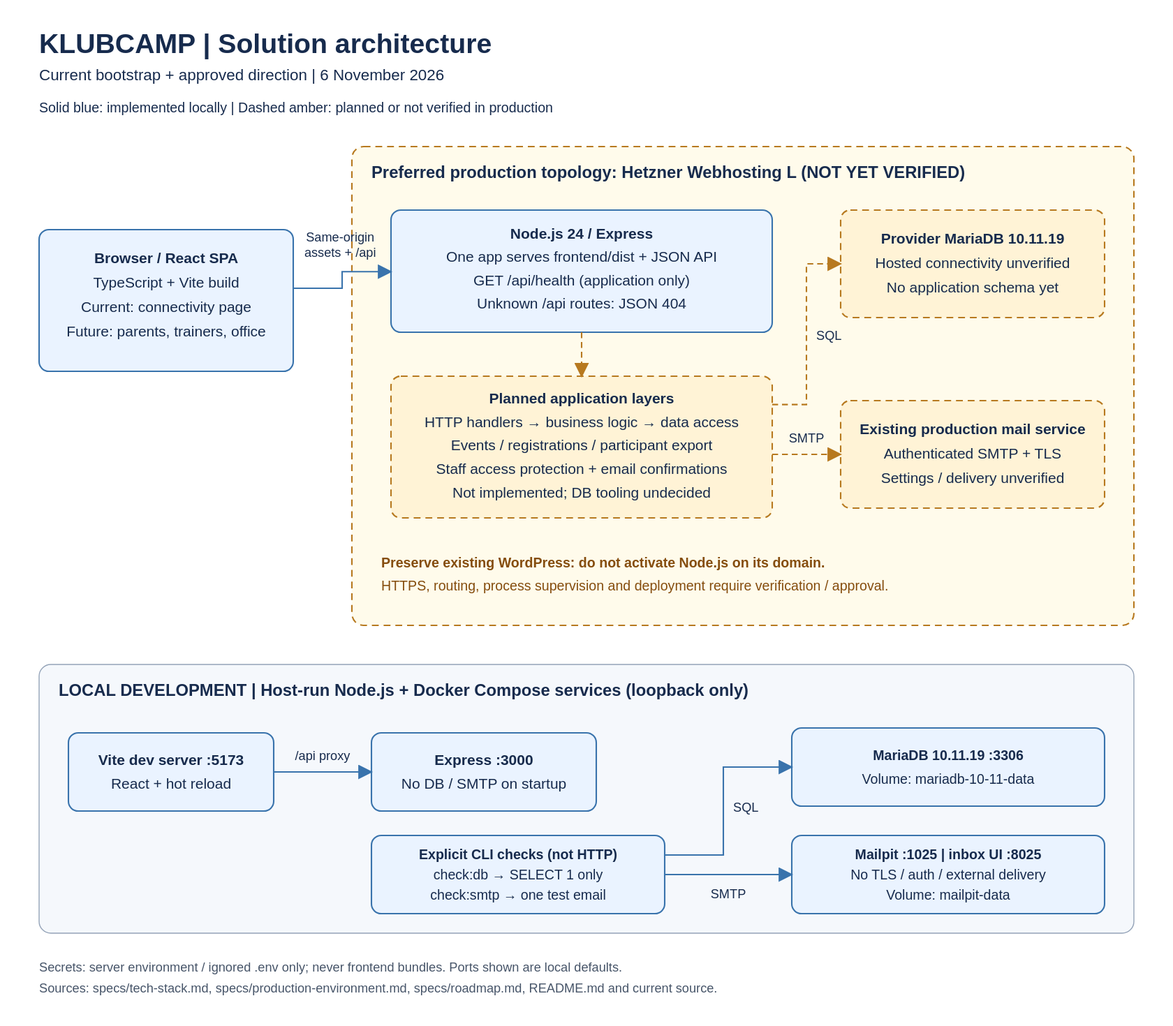
Before: specs/diagrams/architecture.drawio.svg, a diagram exported from draw.io (jrathert/klubcamp). Source tidied: cells renumbered, new cells last; positions are measured from the earlier drawing's top-left corner, leaving out a move shared by most shapes. Source of this version:
```xml
<mxGraphModel>
  <root>
    <mxCell id="0" />
    <mxCell id="1" parent="0" />
    <mxCell id="2" value="KLUBCAMP | Solution architecture&#10;Current bootstrap + approved direction | 6 November 2026" style="text;html=0;align=left;fontSize=24;fontStyle=1;" parent="1" vertex="1">
      <mxGeometry width="1120" height="65" as="geometry" />
    </mxCell>
    <mxCell id="3" value="Solid blue: implemented locally | Dashed amber: planned or not verified in production" style="text;align=left;fontSize=14;" parent="1" vertex="1">
      <mxGeometry y="70" width="1120" height="30" as="geometry" />
    </mxCell>
    <mxCell id="4" value="Preferred production topology: Hetzner Webhosting L (NOT YET VERIFIED)" style="rounded=1;verticalAlign=top;spacingTop=15;align=left;spacingLeft=20;fillColor=#fffbeb;strokeColor=#b7791f;dashed=1;fontSize=17;fontStyle=1;" parent="1" vertex="1">
      <mxGeometry x="320" y="125" width="800" height="490" as="geometry" />
    </mxCell>
    <mxCell id="5" value="Browser / React SPA&#10;TypeScript + Vite build&#10;Current: connectivity page&#10;Future: parents, trainers, office" style="rounded=1;whiteSpace=wrap;fillColor=#eaf3ff;strokeColor=#3973ac;fontSize=16;" parent="1" vertex="1">
      <mxGeometry y="210" width="260" height="145" as="geometry" />
    </mxCell>
    <mxCell id="6" value="Node.js 24 / Express&#10;One app serves frontend/dist + JSON API&#10;GET /api/health (application only)&#10;Unknown /api routes: JSON 404" style="rounded=1;fillColor=#eaf3ff;strokeColor=#3973ac;fontSize=16;" parent="1" vertex="1">
      <mxGeometry x="360" y="190" width="390" height="125" as="geometry" />
    </mxCell>
    <mxCell id="7" value="Planned application layers&#10;HTTP handlers → business logic → data access&#10;Events / registrations / participant export&#10;Staff access protection + email confirmations&#10;Not implemented; DB tooling undecided" style="rounded=1;fillColor=#fff3d6;strokeColor=#b7791f;dashed=1;fontSize=15;" parent="1" vertex="1">
      <mxGeometry x="360" y="360" width="390" height="145" as="geometry" />
    </mxCell>
    <mxCell id="8" value="Provider MariaDB 10.11.19&#10;Hosted connectivity unverified&#10;No application schema yet" style="rounded=1;fillColor=#fff3d6;strokeColor=#b7791f;dashed=1;fontSize=15;" parent="1" vertex="1">
      <mxGeometry x="820" y="190" width="270" height="110" as="geometry" />
    </mxCell>
    <mxCell id="9" value="Existing production mail service&#10;Authenticated SMTP + TLS&#10;Settings / delivery unverified" style="rounded=1;fillColor=#fff3d6;strokeColor=#b7791f;dashed=1;fontSize=15;" parent="1" vertex="1">
      <mxGeometry x="820" y="385" width="270" height="110" as="geometry" />
    </mxCell>
    <mxCell id="10" value="Preserve existing WordPress: do not activate Node.js on its domain.&#10;HTTPS, routing, process supervision and deployment require verification / approval." style="text;align=left;fontSize=14;fontColor=#854d0e;" parent="1" vertex="1">
      <mxGeometry x="350" y="535" width="740" height="55" as="geometry" />
    </mxCell>
    <mxCell id="11" value="Same-origin&#10;assets + /api" style="edgeStyle=orthogonalEdgeStyle;endArrow=classic;strokeColor=#3973ac;fontSize=13;" parent="1" edge="1" source="5" target="6">
      <mxGeometry relative="1" as="geometry" />
    </mxCell>
    <mxCell id="12" style="edgeStyle=orthogonalEdgeStyle;endArrow=classic;dashed=1;strokeColor=#b7791f;" parent="1" edge="1" source="6" target="7">
      <mxGeometry relative="1" as="geometry" />
    </mxCell>
    <mxCell id="13" value="SQL" style="edgeStyle=orthogonalEdgeStyle;endArrow=classic;dashed=1;strokeColor=#b7791f;exitX=1;exitY=0.2;entryX=0;entryY=0.5;" parent="1" edge="1" source="7" target="8">
      <mxGeometry relative="1" as="geometry" />
    </mxCell>
    <mxCell id="14" value="SMTP" style="edgeStyle=orthogonalEdgeStyle;endArrow=classic;dashed=1;strokeColor=#b7791f;" parent="1" edge="1" source="7" target="9">
      <mxGeometry relative="1" as="geometry" />
    </mxCell>
    <mxCell id="15" value="LOCAL DEVELOPMENT | Host-run Node.js + Docker Compose services (loopback only)" style="rounded=1;verticalAlign=top;spacingTop=15;align=left;spacingLeft=20;fillColor=#f5f8fc;strokeColor=#94a3b8;fontSize=17;fontStyle=1;" parent="1" vertex="1">
      <mxGeometry y="655" width="1120" height="275" as="geometry" />
    </mxCell>
    <mxCell id="16" value="Vite dev server :5173&#10;React + hot reload" style="rounded=1;fillColor=#eaf3ff;strokeColor=#3973ac;fontSize=15;" parent="1" vertex="1">
      <mxGeometry x="30" y="725" width="210" height="80" as="geometry" />
    </mxCell>
    <mxCell id="17" value="Express :3000&#10;No DB / SMTP on startup" style="rounded=1;fillColor=#eaf3ff;strokeColor=#3973ac;fontSize=15;" parent="1" vertex="1">
      <mxGeometry x="340" y="725" width="230" height="80" as="geometry" />
    </mxCell>
    <mxCell id="18" value="Explicit CLI checks (not HTTP)&#10;check:db → SELECT 1 only&#10;check:smtp → one test email" style="rounded=1;fillColor=#eaf3ff;strokeColor=#3973ac;fontSize=14;" parent="1" vertex="1">
      <mxGeometry x="340" y="830" width="300" height="80" as="geometry" />
    </mxCell>
    <mxCell id="19" value="MariaDB 10.11.19 :3306&#10;Volume: mariadb-10-11-data" style="rounded=1;fillColor=#eaf3ff;strokeColor=#3973ac;fontSize=14;" parent="1" vertex="1">
      <mxGeometry x="770" y="720" width="320" height="80" as="geometry" />
    </mxCell>
    <mxCell id="20" value="Mailpit :1025 | inbox UI :8025&#10;No TLS / auth / external delivery&#10;Volume: mailpit-data" style="rounded=1;fillColor=#eaf3ff;strokeColor=#3973ac;fontSize=14;" parent="1" vertex="1">
      <mxGeometry x="770" y="830" width="320" height="80" as="geometry" />
    </mxCell>
    <mxCell id="21" value="/api proxy" style="endArrow=classic;strokeColor=#3973ac;fontSize=13;" parent="1" edge="1" source="16" target="17">
      <mxGeometry relative="1" as="geometry" />
    </mxCell>
    <mxCell id="22" value="SQL" style="edgeStyle=orthogonalEdgeStyle;endArrow=classic;strokeColor=#3973ac;exitX=1;exitY=0.25;entryX=0;entryY=0.5;" parent="1" edge="1" source="18" target="19">
      <mxGeometry relative="1" as="geometry" />
    </mxCell>
    <mxCell id="23" value="SMTP" style="endArrow=classic;strokeColor=#3973ac;" parent="1" edge="1" source="18" target="20">
      <mxGeometry relative="1" as="geometry" />
    </mxCell>
    <mxCell id="24" value="Secrets: server environment / ignored .env only; never frontend bundles. Ports shown are local defaults.&#10;Sources: specs/tech-stack.md, specs/production-environment.md, specs/roadmap.md, README.md and current source." style="text;align=left;fontSize=13;fontColor=#475569;" parent="1" vertex="1">
      <mxGeometry y="950" width="1120" height="50" as="geometry" />
    </mxCell>
  </root>
</mxGraphModel>
```
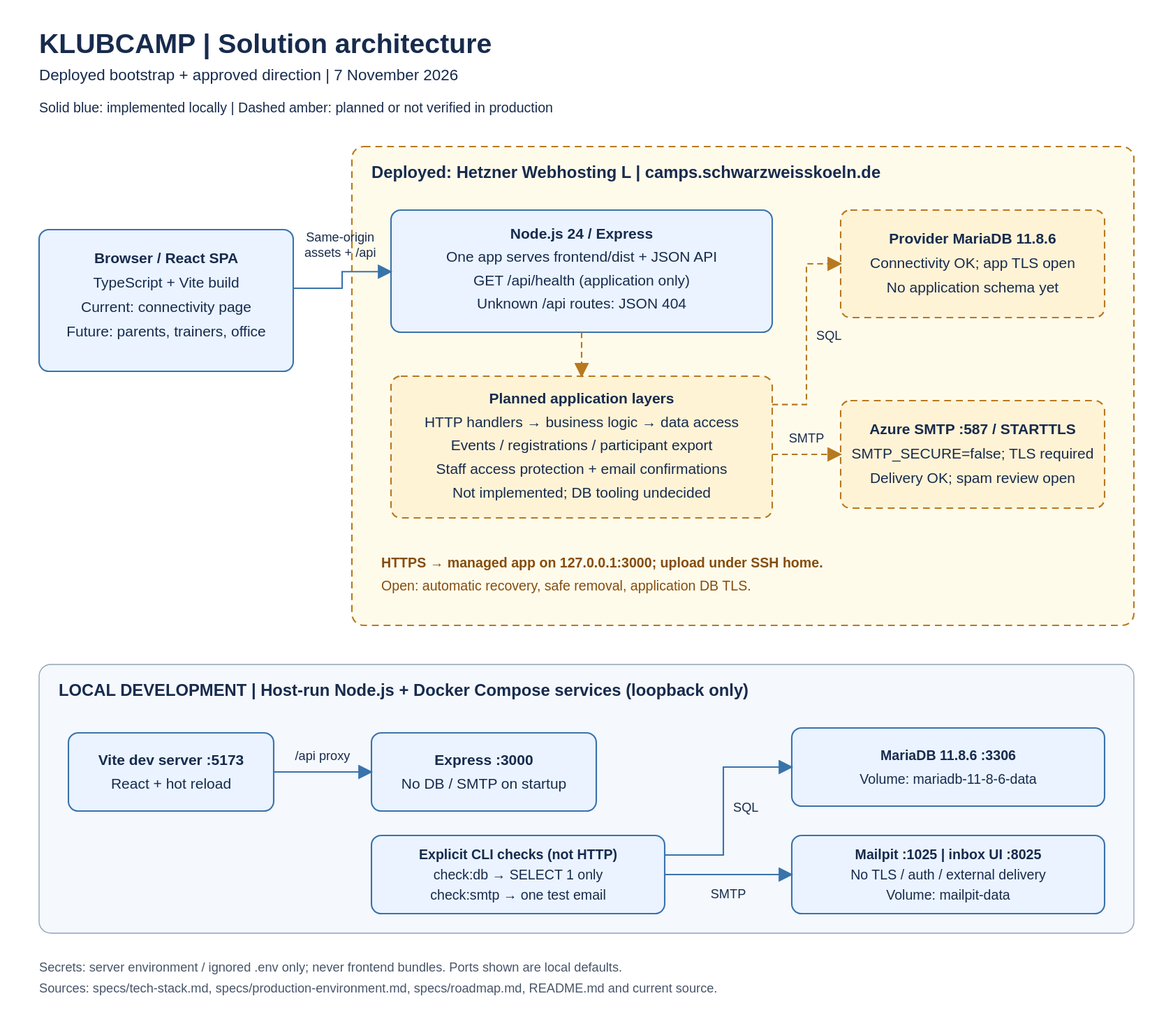
Above is the later version.

The edit, as a diff of the source:
```diff
@@ -2,13 +2,13 @@
   <root>
     <mxCell id="0" />
     <mxCell id="1" parent="0" />
-    <mxCell id="2" value="KLUBCAMP | Solution architecture&#10;Current bootstrap + approved direction | 6 November 2026" style="text;html=0;align=left;fontSize=24;fontStyle=1;" parent="1" vertex="1">
+    <mxCell id="2" value="KLUBCAMP | Solution architecture&#10;Deployed bootstrap + approved direction | 7 November 2026" style="text;html=0;align=left;fontSize=24;fontStyle=1;" parent="1" vertex="1">
       <mxGeometry width="1120" height="65" as="geometry" />
     </mxCell>
     <mxCell id="3" value="Solid blue: implemented locally | Dashed amber: planned or not verified in production" style="text;align=left;fontSize=14;" parent="1" vertex="1">
       <mxGeometry y="70" width="1120" height="30" as="geometry" />
     </mxCell>
-    <mxCell id="4" value="Preferred production topology: Hetzner Webhosting L (NOT YET VERIFIED)" style="rounded=1;verticalAlign=top;spacingTop=15;align=left;spacingLeft=20;fillColor=#fffbeb;strokeColor=#b7791f;dashed=1;fontSize=17;fontStyle=1;" parent="1" vertex="1">
+    <mxCell id="4" value="Deployed: Hetzner Webhosting L | camps.schwarzweisskoeln.de" style="rounded=1;verticalAlign=top;spacingTop=15;align=left;spacingLeft=20;fillColor=#fffbeb;strokeColor=#b7791f;dashed=1;fontSize=17;fontStyle=1;" parent="1" vertex="1">
       <mxGeometry x="320" y="125" width="800" height="490" as="geometry" />
     </mxCell>
     <mxCell id="5" value="Browser / React SPA&#10;TypeScript + Vite build&#10;Current: connectivity page&#10;Future: parents, trainers, office" style="rounded=1;whiteSpace=wrap;fillColor=#eaf3ff;strokeColor=#3973ac;fontSize=16;" parent="1" vertex="1">
@@ -20,13 +20,13 @@
     <mxCell id="7" value="Planned application layers&#10;HTTP handlers → business logic → data access&#10;Events / registrations / participant export&#10;Staff access protection + email confirmations&#10;Not implemented; DB tooling undecided" style="rounded=1;fillColor=#fff3d6;strokeColor=#b7791f;dashed=1;fontSize=15;" parent="1" vertex="1">
       <mxGeometry x="360" y="360" width="390" height="145" as="geometry" />
     </mxCell>
-    <mxCell id="8" value="Provider MariaDB 10.11.19&#10;Hosted connectivity unverified&#10;No application schema yet" style="rounded=1;fillColor=#fff3d6;strokeColor=#b7791f;dashed=1;fontSize=15;" parent="1" vertex="1">
+    <mxCell id="8" value="Provider MariaDB 11.8.6&#10;Connectivity OK; app TLS open&#10;No application schema yet" style="rounded=1;fillColor=#fff3d6;strokeColor=#b7791f;dashed=1;fontSize=15;" parent="1" vertex="1">
       <mxGeometry x="820" y="190" width="270" height="110" as="geometry" />
     </mxCell>
-    <mxCell id="9" value="Existing production mail service&#10;Authenticated SMTP + TLS&#10;Settings / delivery unverified" style="rounded=1;fillColor=#fff3d6;strokeColor=#b7791f;dashed=1;fontSize=15;" parent="1" vertex="1">
+    <mxCell id="9" value="Azure SMTP :587 / STARTTLS&#10;SMTP_SECURE=false; TLS required&#10;Delivery OK; spam review open" style="rounded=1;fillColor=#fff3d6;strokeColor=#b7791f;dashed=1;fontSize=15;" parent="1" vertex="1">
       <mxGeometry x="820" y="385" width="270" height="110" as="geometry" />
     </mxCell>
-    <mxCell id="10" value="Preserve existing WordPress: do not activate Node.js on its domain.&#10;HTTPS, routing, process supervision and deployment require verification / approval." style="text;align=left;fontSize=14;fontColor=#854d0e;" parent="1" vertex="1">
+    <mxCell id="10" value="HTTPS → managed app on 127.0.0.1:3000; upload under SSH home.&#10;Open: automatic recovery, safe removal, application DB TLS." style="text;align=left;fontSize=14;fontColor=#854d0e;" parent="1" vertex="1">
       <mxGeometry x="350" y="535" width="740" height="55" as="geometry" />
     </mxCell>
     <mxCell id="11" value="Same-origin&#10;assets + /api" style="edgeStyle=orthogonalEdgeStyle;endArrow=classic;strokeColor=#3973ac;fontSize=13;" parent="1" edge="1" source="5" target="6">
@@ -53,7 +53,7 @@
     <mxCell id="18" value="Explicit CLI checks (not HTTP)&#10;check:db → SELECT 1 only&#10;check:smtp → one test email" style="rounded=1;fillColor=#eaf3ff;strokeColor=#3973ac;fontSize=14;" parent="1" vertex="1">
       <mxGeometry x="340" y="830" width="300" height="80" as="geometry" />
     </mxCell>
-    <mxCell id="19" value="MariaDB 10.11.19 :3306&#10;Volume: mariadb-10-11-data" style="rounded=1;fillColor=#eaf3ff;strokeColor=#3973ac;fontSize=14;" parent="1" vertex="1">
+    <mxCell id="19" value="MariaDB 11.8.6 :3306&#10;Volume: mariadb-11-8-6-data" style="rounded=1;fillColor=#eaf3ff;strokeColor=#3973ac;fontSize=14;" parent="1" vertex="1">
       <mxGeometry x="770" y="720" width="320" height="80" as="geometry" />
     </mxCell>
     <mxCell id="20" value="Mailpit :1025 | inbox UI :8025&#10;No TLS / auth / external delivery&#10;Volume: mailpit-data" style="rounded=1;fillColor=#eaf3ff;strokeColor=#3973ac;fontSize=14;" parent="1" vertex="1">
```
